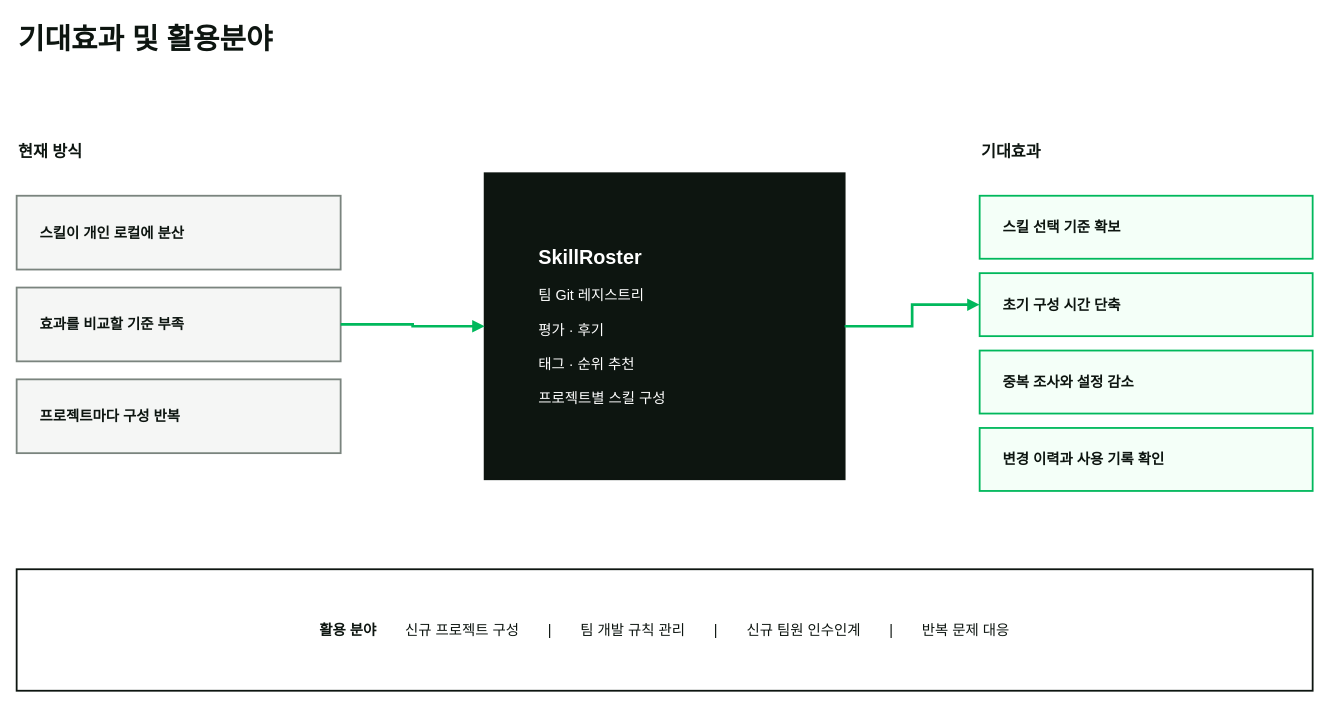
orqan137/skillroster keeps this draw.io diagram as docs/images/skillroster-impact.drawio. Above is the earlier version. Source tidied: cells renumbered, new cells numbered last; positions are measured from the earlier drawing's top-left corner, leaving out a move shared by most shapes. Both pictures are drawn from the tidied source at 90%, with x=0, y=0 at pixel (16, 15).
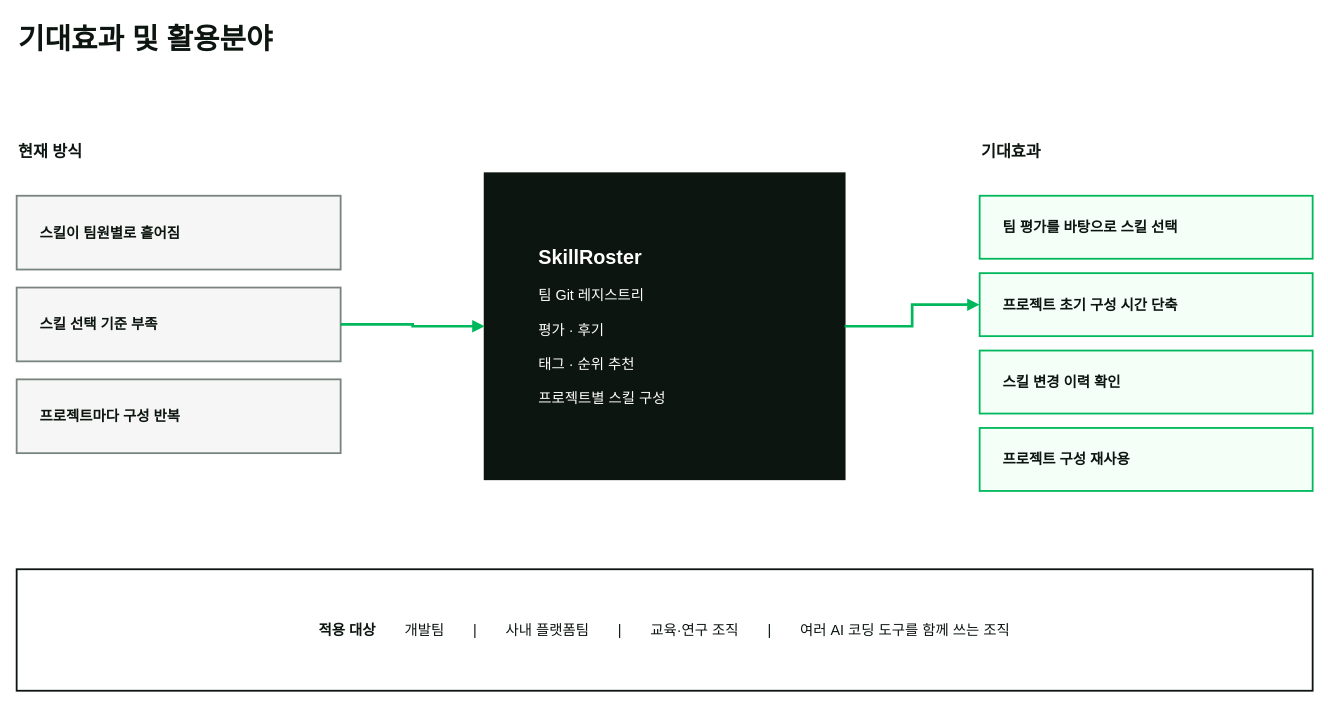
The same page after the edit.

Change to the diagram source:
```diff
@@
 <mxGraphModel>
   <root>
     <mxCell id="0" />
     <mxCell id="1" parent="0" />
     <mxCell id="2" value="기대효과 및 활용분야" style="text;html=1;strokeColor=none;fillColor=none;align=left;fontFamily=Pretendard;fontSize=32;fontStyle=1;fontColor=#0D1510;" parent="1" vertex="1">
       <mxGeometry width="600" height="50" as="geometry" />
     </mxCell>
     <mxCell id="3" value="현재 방식" style="text;html=1;strokeColor=none;fillColor=none;align=left;fontFamily=Pretendard;fontSize=18;fontStyle=1;fontColor=#0D1510;" parent="1" vertex="1">
       <mxGeometry y="135" width="180" height="35" as="geometry" />
     </mxCell>
-    <mxCell id="4" value="&lt;b&gt;스킬이 개인 로컬에 분산&lt;/b&gt;" style="rounded=0;whiteSpace=wrap;html=1;fillColor=#F5F6F5;strokeColor=#7A847E;strokeWidth=2;align=left;spacingLeft=24;fontFamily=Pretendard;fontSize=16;fontColor=#0D1510;" parent="1" vertex="1">
+    <mxCell id="4" value="&lt;b&gt;스킬이 팀원별로 흩어짐&lt;/b&gt;" style="rounded=0;whiteSpace=wrap;html=1;fillColor=#F5F6F5;strokeColor=#7A847E;strokeWidth=2;align=left;spacingLeft=24;fontFamily=Pretendard;fontSize=16;fontColor=#0D1510;" parent="1" vertex="1">
       <mxGeometry y="200" width="360" height="82" as="geometry" />
     </mxCell>
-    <mxCell id="5" value="&lt;b&gt;효과를 비교할 기준 부족&lt;/b&gt;" style="rounded=0;whiteSpace=wrap;html=1;fillColor=#F5F6F5;strokeColor=#7A847E;strokeWidth=2;align=left;spacingLeft=24;fontFamily=Pretendard;fontSize=16;fontColor=#0D1510;" parent="1" vertex="1">
+    <mxCell id="5" value="&lt;b&gt;스킬 선택 기준 부족&lt;/b&gt;" style="rounded=0;whiteSpace=wrap;html=1;fillColor=#F5F6F5;strokeColor=#7A847E;strokeWidth=2;align=left;spacingLeft=24;fontFamily=Pretendard;fontSize=16;fontColor=#0D1510;" parent="1" vertex="1">
       <mxGeometry y="302" width="360" height="82" as="geometry" />
     </mxCell>
     <mxCell id="6" value="&lt;b&gt;프로젝트마다 구성 반복&lt;/b&gt;" style="rounded=0;whiteSpace=wrap;html=1;fillColor=#F5F6F5;strokeColor=#7A847E;strokeWidth=2;align=left;spacingLeft=24;fontFamily=Pretendard;fontSize=16;fontColor=#0D1510;" parent="1" vertex="1">
       <mxGeometry y="404" width="360" height="82" as="geometry" />
     </mxCell>
     <mxCell id="7" value="&lt;font style=&quot;font-size:22px&quot;&gt;&lt;b&gt;SkillRoster&lt;/b&gt;&lt;/font&gt;&lt;br&gt;&lt;br&gt;팀 Git 레지스트리&lt;br&gt;&lt;br&gt;평가 · 후기&lt;br&gt;&lt;br&gt;태그 · 순위 추천&lt;br&gt;&lt;br&gt;프로젝트별 스킬 구성" style="rounded=0;whiteSpace=wrap;html=1;fillColor=#0D1510;strokeColor=#0D1510;strokeWidth=2;align=left;spacingLeft=58;verticalAlign=middle;fontFamily=Pretendard;fontSize=16;fontColor=#FFFFFF;" parent="1" vertex="1">
       <mxGeometry x="520" y="175" width="400" height="340" as="geometry" />
     </mxCell>
     <mxCell id="8" value="기대효과" style="text;html=1;strokeColor=none;fillColor=none;align=left;fontFamily=Pretendard;fontSize=18;fontStyle=1;fontColor=#0D1510;" parent="1" vertex="1">
       <mxGeometry x="1070" y="135" width="180" height="35" as="geometry" />
     </mxCell>
-    <mxCell id="9" value="&lt;b&gt;스킬 선택 기준 확보&lt;/b&gt;" style="rounded=0;whiteSpace=wrap;html=1;fillColor=#F4FFF8;strokeColor=#00B85C;strokeWidth=2;align=left;spacingLeft=24;fontFamily=Pretendard;fontSize=16;fontColor=#0D1510;" parent="1" vertex="1">
+    <mxCell id="9" value="&lt;b&gt;팀 평가를 바탕으로 스킬 선택&lt;/b&gt;" style="rounded=0;whiteSpace=wrap;html=1;fillColor=#F4FFF8;strokeColor=#00B85C;strokeWidth=2;align=left;spacingLeft=24;fontFamily=Pretendard;fontSize=16;fontColor=#0D1510;" parent="1" vertex="1">
       <mxGeometry x="1070" y="200" width="370" height="70" as="geometry" />
     </mxCell>
-    <mxCell id="10" value="&lt;b&gt;초기 구성 시간 단축&lt;/b&gt;" style="rounded=0;whiteSpace=wrap;html=1;fillColor=#F4FFF8;strokeColor=#00B85C;strokeWidth=2;align=left;spacingLeft=24;fontFamily=Pretendard;fontSize=16;fontColor=#0D1510;" parent="1" vertex="1">
+    <mxCell id="10" value="&lt;b&gt;프로젝트 초기 구성 시간 단축&lt;/b&gt;" style="rounded=0;whiteSpace=wrap;html=1;fillColor=#F4FFF8;strokeColor=#00B85C;strokeWidth=2;align=left;spacingLeft=24;fontFamily=Pretendard;fontSize=16;fontColor=#0D1510;" parent="1" vertex="1">
       <mxGeometry x="1070" y="286" width="370" height="70" as="geometry" />
     </mxCell>
-    <mxCell id="11" value="&lt;b&gt;중복 조사와 설정 감소&lt;/b&gt;" style="rounded=0;whiteSpace=wrap;html=1;fillColor=#F4FFF8;strokeColor=#00B85C;strokeWidth=2;align=left;spacingLeft=24;fontFamily=Pretendard;fontSize=16;fontColor=#0D1510;" parent="1" vertex="1">
+    <mxCell id="11" value="&lt;b&gt;스킬 변경 이력 확인&lt;/b&gt;" style="rounded=0;whiteSpace=wrap;html=1;fillColor=#F4FFF8;strokeColor=#00B85C;strokeWidth=2;align=left;spacingLeft=24;fontFamily=Pretendard;fontSize=16;fontColor=#0D1510;" parent="1" vertex="1">
       <mxGeometry x="1070" y="372" width="370" height="70" as="geometry" />
     </mxCell>
-    <mxCell id="12" value="&lt;b&gt;변경 이력과 사용 기록 확인&lt;/b&gt;" style="rounded=0;whiteSpace=wrap;html=1;fillColor=#F4FFF8;strokeColor=#00B85C;strokeWidth=2;align=left;spacingLeft=24;fontFamily=Pretendard;fontSize=16;fontColor=#0D1510;" parent="1" vertex="1">
+    <mxCell id="12" value="&lt;b&gt;프로젝트 구성 재사용&lt;/b&gt;" style="rounded=0;whiteSpace=wrap;html=1;fillColor=#F4FFF8;strokeColor=#00B85C;strokeWidth=2;align=left;spacingLeft=24;fontFamily=Pretendard;fontSize=16;fontColor=#0D1510;" parent="1" vertex="1">
       <mxGeometry x="1070" y="458" width="370" height="70" as="geometry" />
     </mxCell>
-    <mxCell id="13" value="&lt;b&gt;활용 분야&lt;/b&gt;　　신규 프로젝트 구성　　|　　팀 개발 규칙 관리　　|　　신규 팀원 인수인계　　|　　반복 문제 대응" style="rounded=0;whiteSpace=wrap;html=1;fillColor=#FFFFFF;strokeColor=#0D1510;strokeWidth=2;align=center;verticalAlign=middle;fontFamily=Pretendard;fontSize=16;fontColor=#0D1510;" parent="1" vertex="1">
+    <mxCell id="13" value="&lt;b&gt;적용 대상&lt;/b&gt;　　개발팀　　|　　사내 플랫폼팀　　|　　교육·연구 조직　　|　　여러 AI 코딩 도구를 함께 쓰는 조직" style="rounded=0;whiteSpace=wrap;html=1;fillColor=#FFFFFF;strokeColor=#0D1510;strokeWidth=2;align=center;verticalAlign=middle;fontFamily=Pretendard;fontSize=16;fontColor=#0D1510;" parent="1" vertex="1">
       <mxGeometry y="615" width="1440" height="135" as="geometry" />
     </mxCell>
     <mxCell id="14" style="edgeStyle=orthogonalEdgeStyle;rounded=0;html=1;endArrow=block;endFill=1;strokeColor=#00B85C;strokeWidth=3;" parent="1" edge="1" source="5" target="7">
       <mxGeometry relative="1" as="geometry" />
     </mxCell>
     <mxCell id="15" style="edgeStyle=orthogonalEdgeStyle;rounded=0;html=1;endArrow=block;endFill=1;strokeColor=#00B85C;strokeWidth=3;" parent="1" edge="1" source="7" target="10">
       <mxGeometry relative="1" as="geometry" />
     </mxCell>
   </root>
 </mxGraphModel>
```
